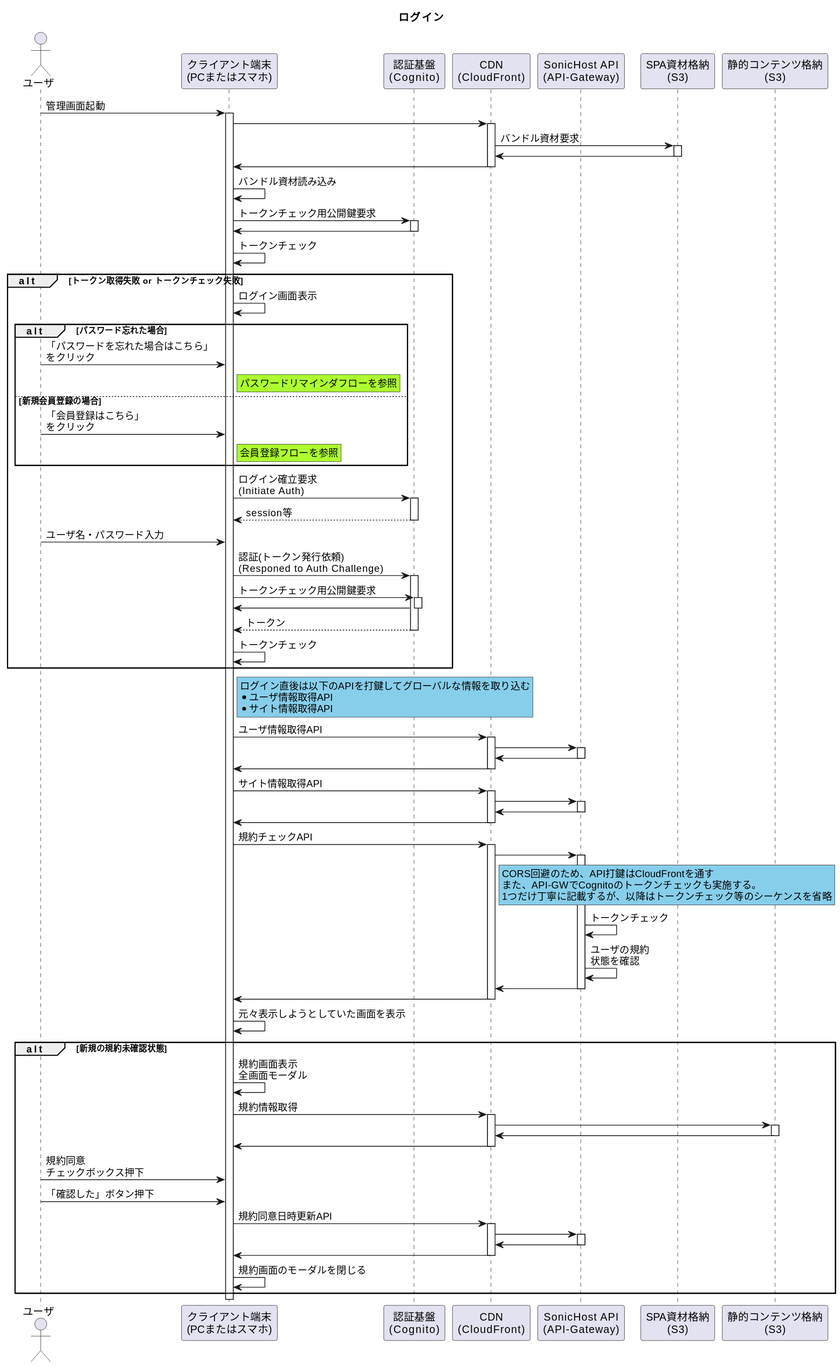
Earlier version of the PlantUML export 01_Sequences/00_Authentication/00_Login_Flow/LoginFlow.svg (Sonic-Host/documents).
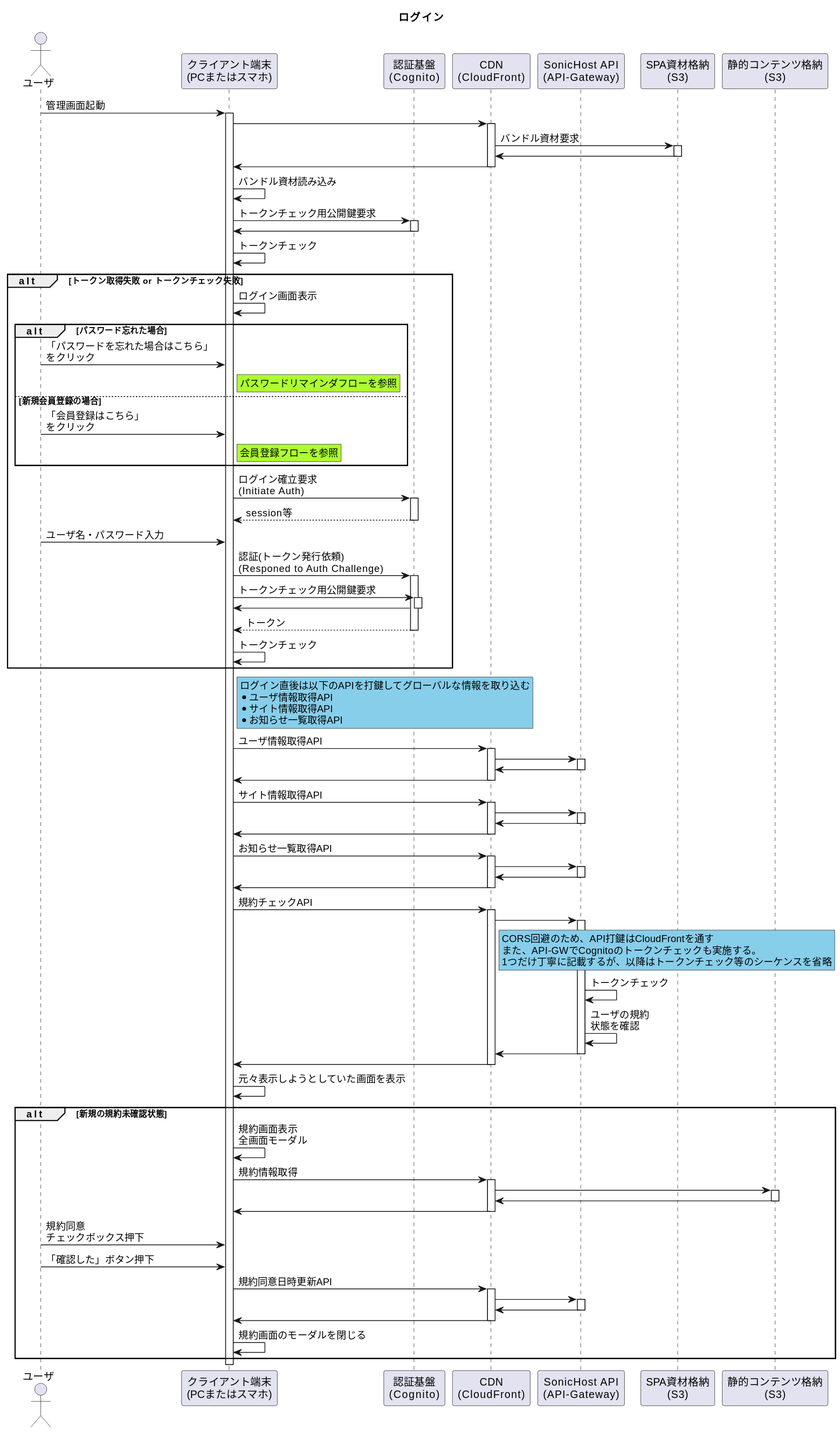
After the change.

What changed in the source:
```diff
@@ -45,12 +45,17 @@
     ログイン直後は以下のAPIを打鍵してグローバルな情報を取り込む
     * ユーザ情報取得API
     * サイト情報取得API
+    * お知らせ一覧取得API
 end note
 device -> cdn ++ : ユーザ情報取得API
 cdn -> api ++
 cdn <- api --
 device <- cdn --
 device -> cdn ++ : サイト情報取得API
+cdn -> api ++
+cdn <- api --
+device <- cdn --
+device -> cdn ++ : お知らせ一覧取得API
 cdn -> api ++
 cdn <- api --
 device <- cdn --
```
